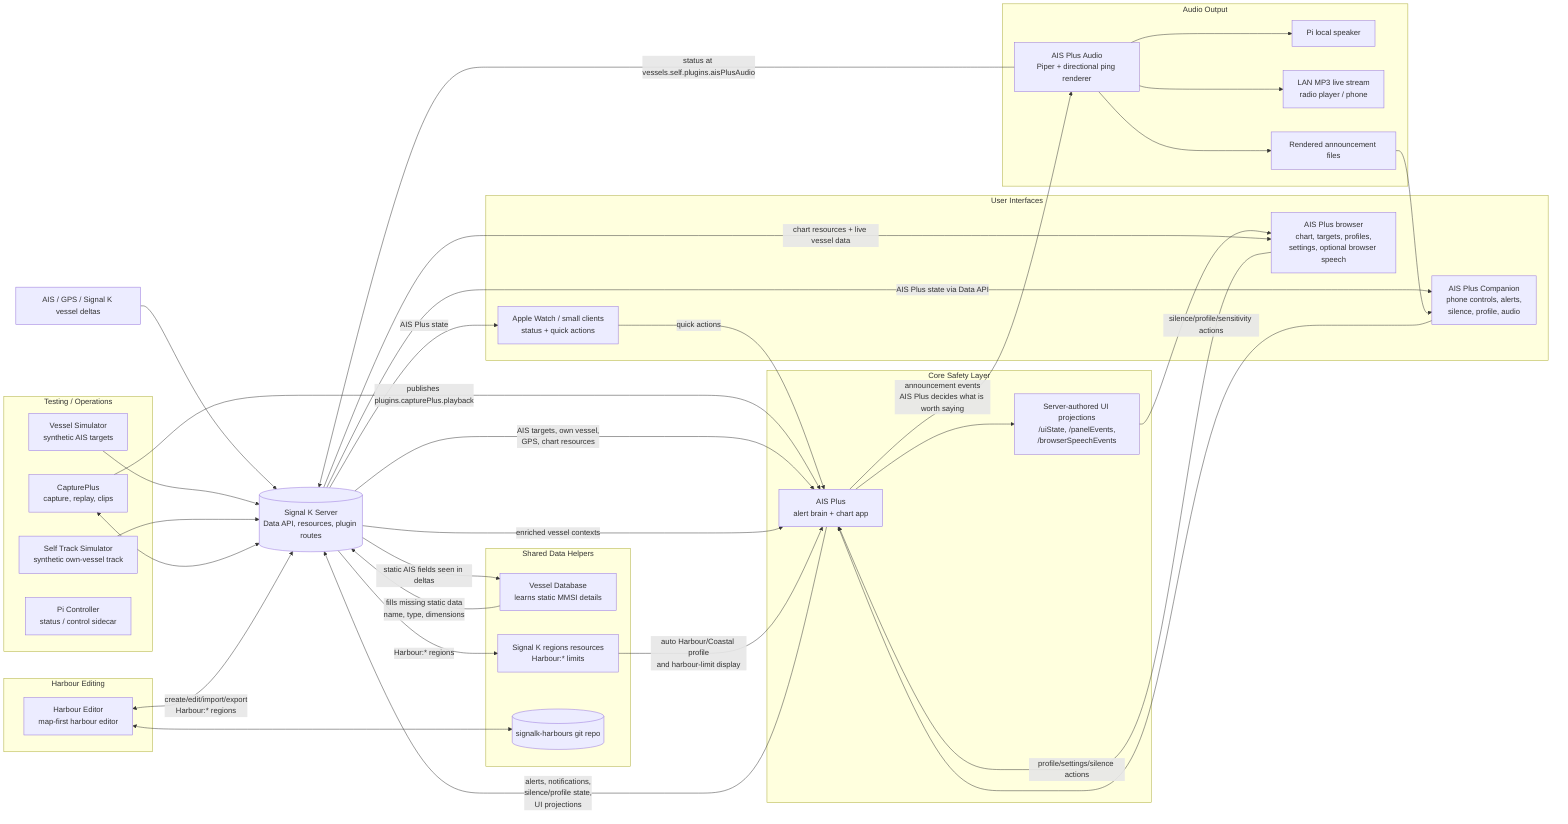
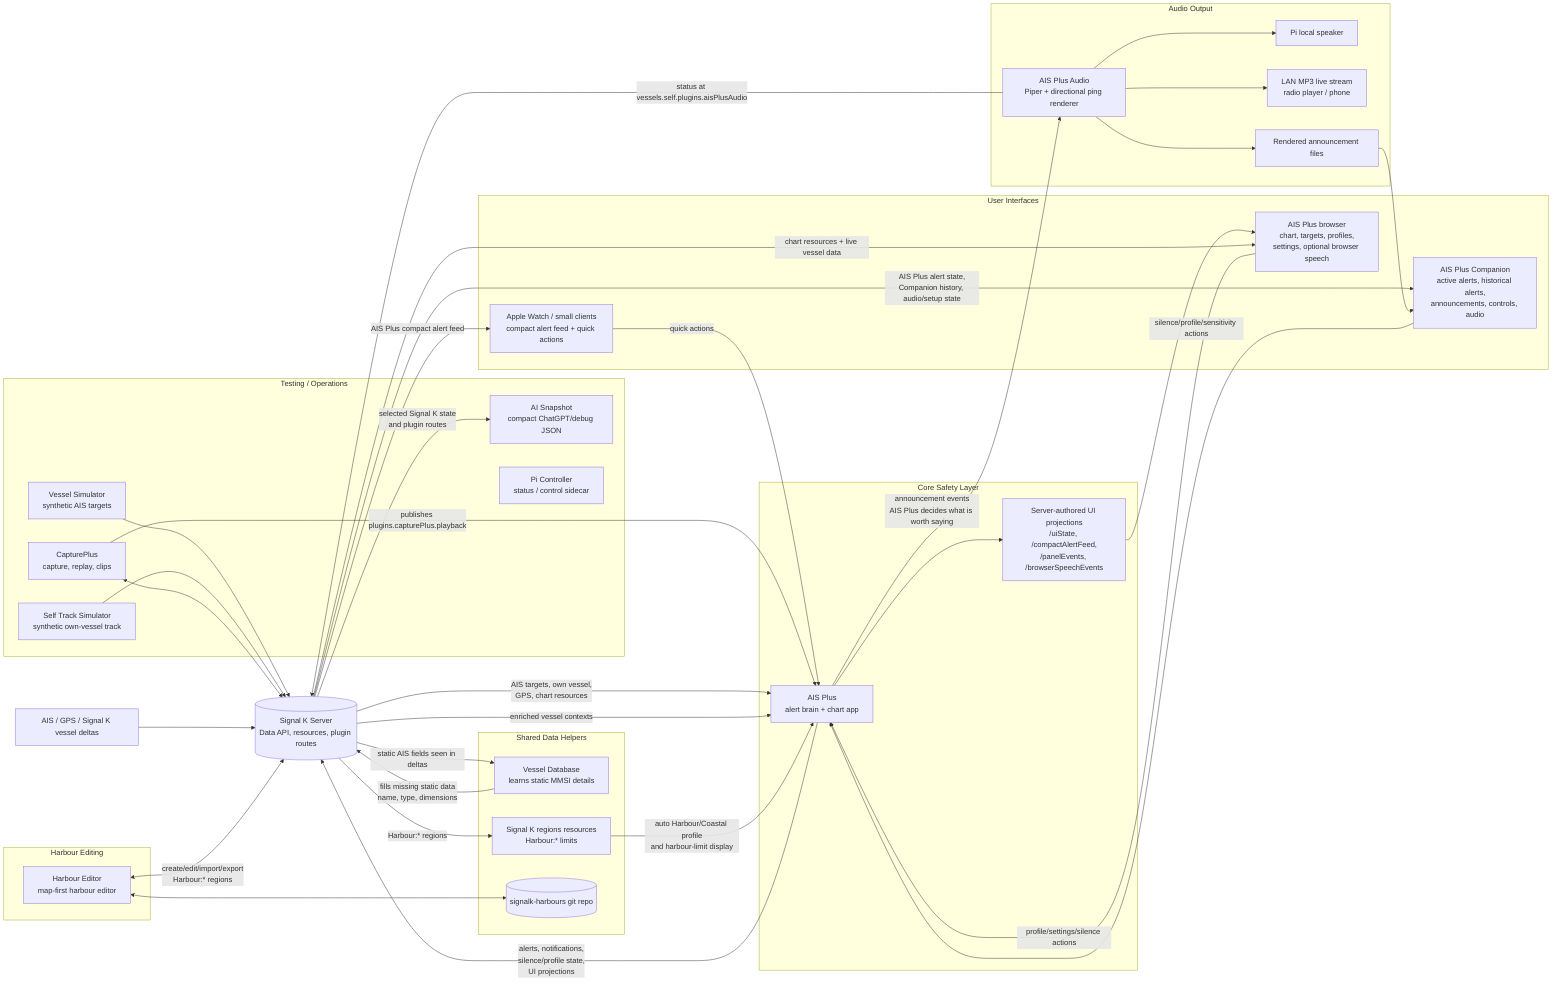
flowchart LR
  aisFeed["AIS / GPS / Signal K vessel deltas"]
  signalK[("Signal K Server\nData API, resources, plugin routes")]

  subgraph Core["Core Safety Layer"]
    aisPlus["AIS Plus\nalert brain + chart app"]
-     uiState["Server-authored UI projections\n/uiState, /panelEvents,\n/browserSpeechEvents"]
+     uiState["Server-authored UI projections\n/uiState, /compactAlertFeed,\n/panelEvents, /browserSpeechEvents"]
  end

  subgraph Data["Shared Data Helpers"]
    vesselDb["Vessel Database\nlearns static MMSI details"]
    harbourResources["Signal K regions resources\nHarbour:* limits"]
    harbourRepo[("signalk-harbours git repo")]
  end

  subgraph Clients["User Interfaces"]
    aisBrowser["AIS Plus browser\nchart, targets, profiles,\nsettings, optional browser speech"]
-     companion["AIS Plus Companion\nphone controls, alerts,\nsilence, profile, audio"]
-     watch["Apple Watch / small clients\nstatus + quick actions"]
+     companion["AIS Plus Companion\nactive alerts, historical alerts,\nannouncements, controls, audio"]
+     watch["Apple Watch / small clients\ncompact alert feed + quick actions"]
  end

  subgraph Audio["Audio Output"]
    audioPlugin["AIS Plus Audio\nPiper + directional ping renderer"]
    piSpeaker["Pi local speaker"]
    mp3Stream["LAN MP3 live stream\nradio player / phone"]
    generatedAudio["Rendered announcement files"]
  end

  subgraph Editing["Harbour Editing"]
    harbourEditor["Harbour Editor\nmap-first harbour editor"]
  end

  subgraph TestOps["Testing / Operations"]
    vesselSim["Vessel Simulator\nsynthetic AIS targets"]
    selfSim["Self Track Simulator\nsynthetic own-vessel track"]
    capturePlus["CapturePlus\ncapture, replay, clips"]
+     aiSnapshot["AI Snapshot\ncompact ChatGPT/debug JSON"]
    piController["Pi Controller\nstatus / control sidecar"]
  end

  aisFeed --> signalK
  vesselSim --> signalK
  selfSim --> signalK
  capturePlus <--> signalK
  capturePlus -->|"publishes plugins.capturePlus.playback"| aisPlus

  signalK -->|"AIS targets, own vessel,\nGPS, chart resources"| aisPlus
  aisPlus -->|"alerts, notifications,\nsilence/profile state,\nUI projections"| signalK
  aisPlus --> uiState

  signalK -->|"static AIS fields seen in deltas"| vesselDb
  vesselDb -->|"fills missing static data\nname, type, dimensions"| signalK
  signalK -->|"enriched vessel contexts"| aisPlus

  harbourEditor <-->|"create/edit/import/export\nHarbour:* regions"| signalK
  harbourEditor <--> harbourRepo
  signalK -->|"Harbour:* regions"| harbourResources
  harbourResources -->|"auto Harbour/Coastal profile\nand harbour-limit display"| aisPlus

  uiState --> aisBrowser
  signalK -->|"chart resources + live vessel data"| aisBrowser
  aisBrowser -->|"profile/settings/silence actions"| aisPlus

-   signalK -->|"AIS Plus state via Data API"| companion
+   signalK -->|"AIS Plus alert state,\nCompanion history, audio/setup state"| companion
  companion -->|"silence/profile/sensitivity actions"| aisPlus

-   signalK -->|"AIS Plus state"| watch
+   signalK -->|"AIS Plus compact alert feed"| watch
  watch -->|"quick actions"| aisPlus
+ 
+   signalK -->|"selected Signal K state\nand plugin routes"| aiSnapshot

  aisPlus -->|"announcement events\nAIS Plus decides what is worth saying"| audioPlugin
  audioPlugin -->|"status at vessels.self.plugins.aisPlusAudio"| signalK
  audioPlugin --> generatedAudio
  generatedAudio --> companion
  audioPlugin --> piSpeaker
  audioPlugin --> mp3Stream
